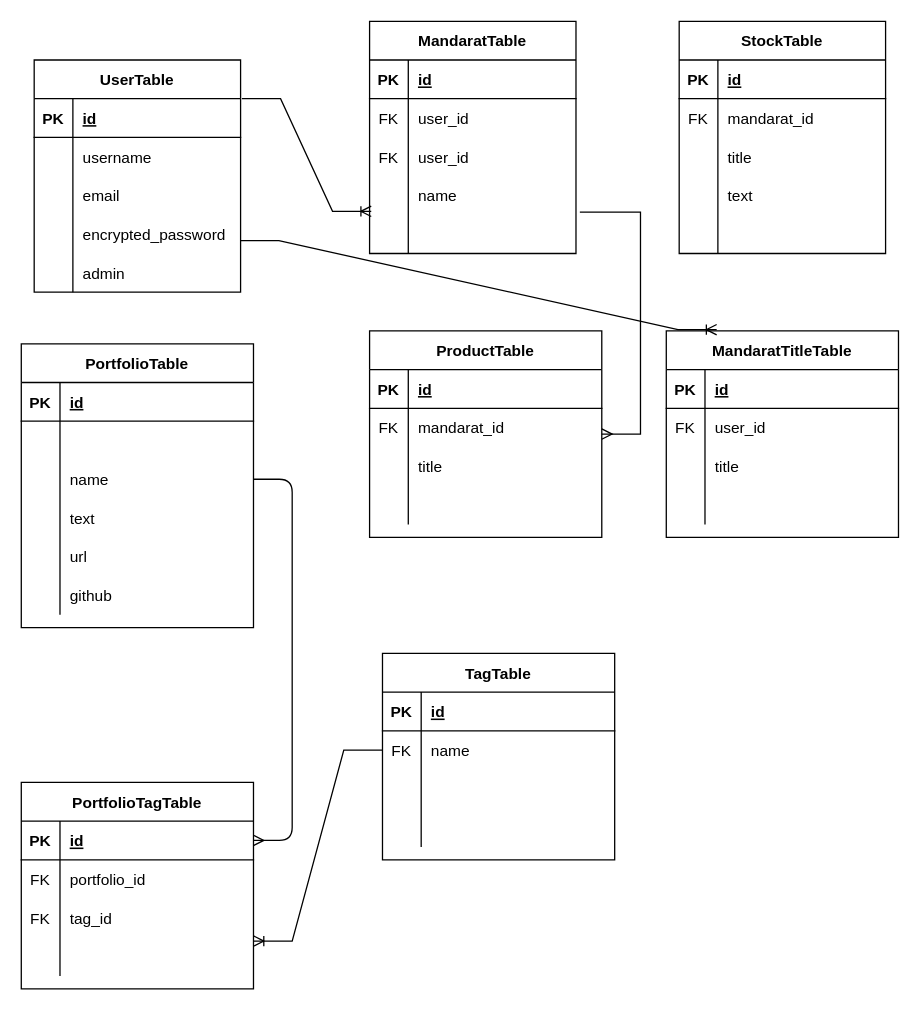
Before: page "ページ1" (1 of 2) of app/er.dio in JAMChannel/mandarat-app, a draw.io diagram. Source tidied: cells renumbered, new cells numbered last; positions are measured from the earlier drawing's top-left corner, leaving out a move shared by most shapes. Both pictures are drawn from the tidied source at 129%, with x=0, y=0 at pixel (21, 21).
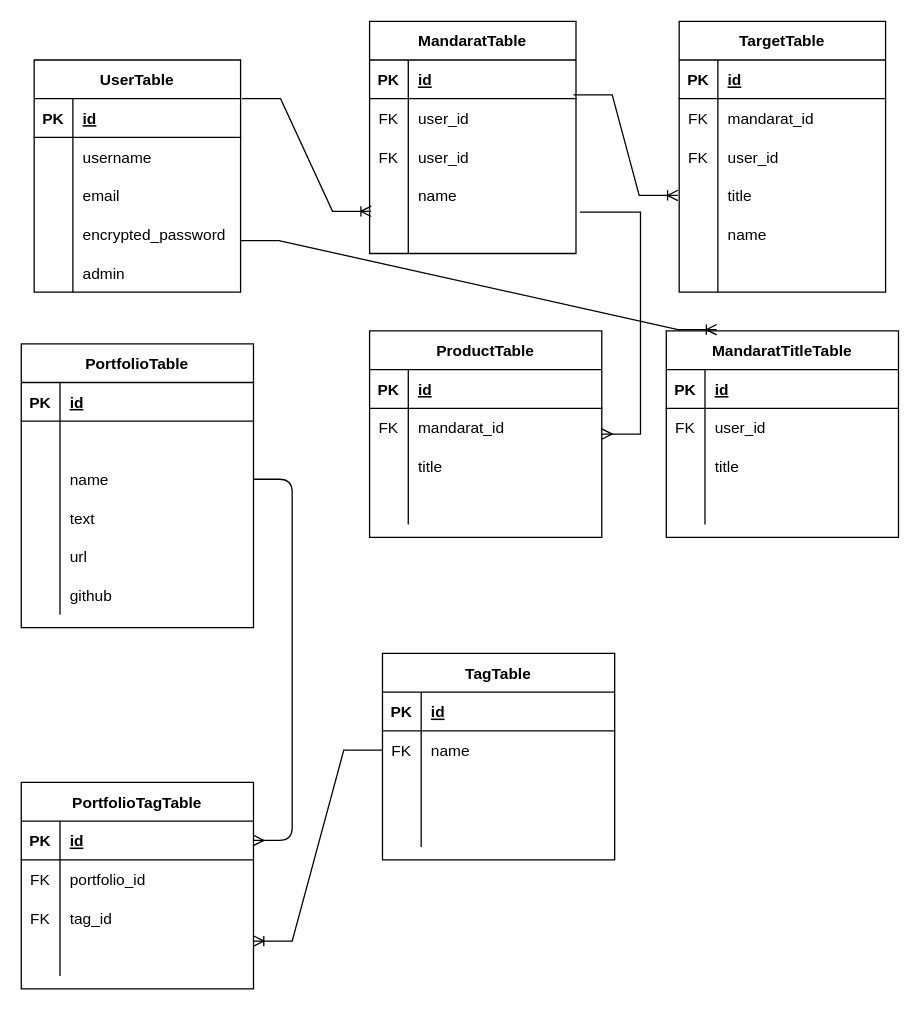
After the change.

Unchanged cells that the change refers to:
```xml
<mxCell id="23" style="shape=partialRectangle;fillColor=none;top=0;left=0;bottom=0;right=0;points=[[0,0.5],[1,0.5]];portConstraint=eastwest;" parent="19" vertex="1">
  <mxGeometry y="60" width="160" height="30" as="geometry" />
</mxCell>
```

What changed in the source:
```diff
@@
-    <mxCell id="96" value="StockTable" style="shape=table;startSize=30;childLayout=tableLayout;rowLines=0;fontStyle=1;align=center;" parent="1" vertex="1">
-      <mxGeometry x="510" width="160" height="180" as="geometry" />
+    <mxCell id="96" value="TargetTable" style="shape=table;startSize=30;childLayout=tableLayout;rowLines=0;fontStyle=1;align=center;" parent="1" vertex="1">
+      <mxGeometry x="510" width="160" height="210" as="geometry" />
     </mxCell>
@@
+    <mxCell id="126" style="shape=partialRectangle;fillColor=none;top=0;left=0;bottom=0;right=0;" parent="96" vertex="1">
+      <mxGeometry y="90" width="160" height="30" as="geometry" />
+    </mxCell>
+    <mxCell id="127" value="FK" style="shape=partialRectangle;fillColor=none;top=0;left=0;bottom=0;right=0;overflow=hidden;" parent="126" vertex="1">
+      <mxGeometry width="30" height="30" as="geometry" />
+    </mxCell>
+    <mxCell id="128" value="user_id" style="shape=partialRectangle;fillColor=none;top=0;left=0;bottom=0;right=0;align=left;spacingLeft=6;overflow=hidden;" parent="126" vertex="1">
+      <mxGeometry x="30" width="130" height="30" as="geometry" />
+    </mxCell>
     <mxCell id="103" style="shape=partialRectangle;fillColor=none;top=0;left=0;bottom=0;right=0;" parent="96" vertex="1">
-      <mxGeometry y="90" width="160" height="30" as="geometry" />
+      <mxGeometry y="120" width="160" height="30" as="geometry" />
     </mxCell>
@@
     <mxCell id="106" style="shape=partialRectangle;fillColor=none;top=0;left=0;bottom=0;right=0;" parent="96" vertex="1">
-      <mxGeometry y="120" width="160" height="30" as="geometry" />
+      <mxGeometry y="150" width="160" height="30" as="geometry" />
     </mxCell>
@@
-    <mxCell id="108" value="text" style="shape=partialRectangle;fillColor=none;top=0;left=0;bottom=0;right=0;align=left;spacingLeft=6;overflow=hidden;" parent="106" vertex="1">
+    <mxCell id="108" value="name" style="shape=partialRectangle;fillColor=none;top=0;left=0;bottom=0;right=0;align=left;spacingLeft=6;overflow=hidden;" parent="106" vertex="1">
       <mxGeometry x="30" width="130" height="30" as="geometry" />
     </mxCell>
     <mxCell id="109" style="shape=partialRectangle;fillColor=none;top=0;left=0;bottom=0;right=0;" parent="96" vertex="1">
-      <mxGeometry y="150" width="160" height="30" as="geometry" />
+      <mxGeometry y="180" width="160" height="30" as="geometry" />
     </mxCell>
@@
+    <mxCell id="129" style="edgeStyle=entityRelationEdgeStyle;fontSize=12;html=1;endArrow=ERoneToMany;rounded=0;exitX=0.988;exitY=-0.1;exitDx=0;exitDy=0;exitPerimeter=0;" parent="1" edge="1" source="23">
+      <mxGeometry relative="1" as="geometry">
+        <mxPoint x="509" y="135" as="targetPoint" />
+      </mxGeometry>
+    </mxCell>
```
